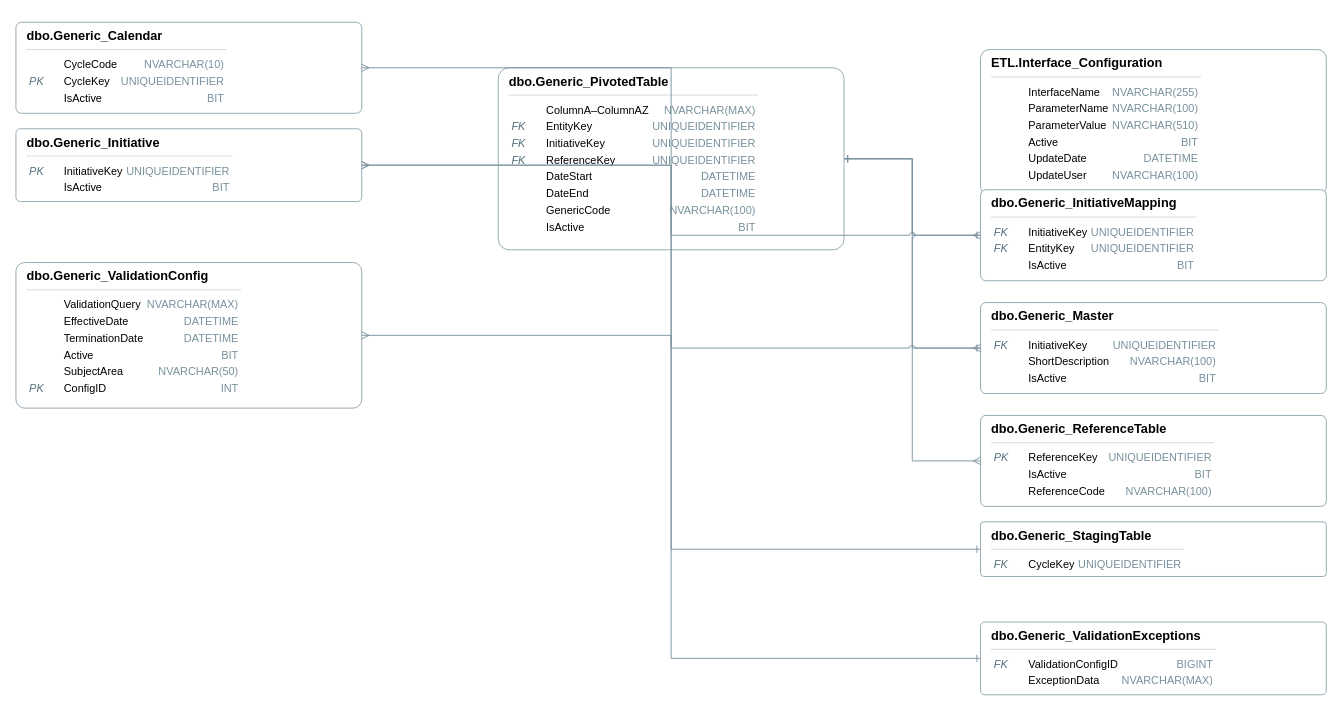
Before: erd/ERD.drawio in drvmuk/sdlc_genai_demo, a draw.io diagram. Source tidied: cells renumbered, new cells numbered last; positions are measured from the earlier drawing's top-left corner, leaving out a move shared by most shapes. Both pictures are drawn from the tidied source at 91%, with x=0, y=0 at pixel (15, 22).
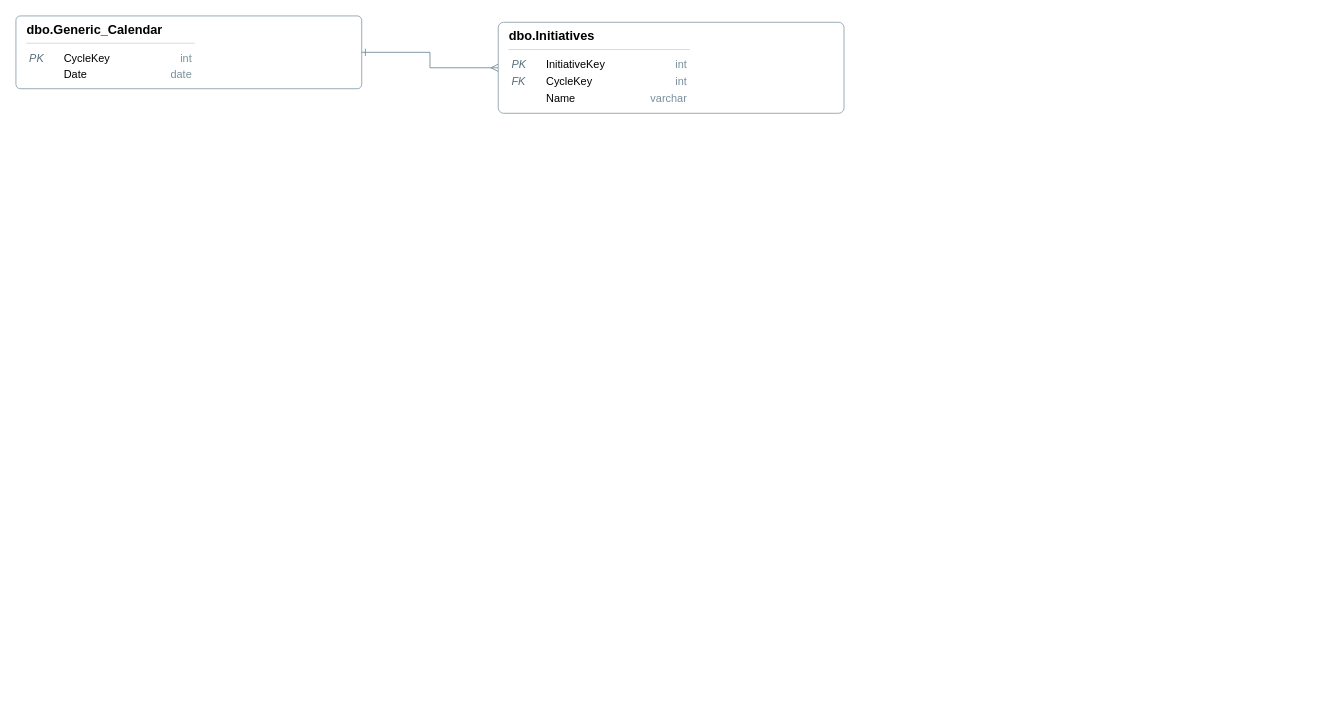
After the change.

Commit message (it also covers changes not shown here):
Upload ERD diagram (memory mode or volume mode)

Change to the diagram source:
```diff
@@
 <mxGraphModel>
   <root>
     <mxCell id="0" />
     <mxCell id="1" parent="0" />
-    <mxCell id="2" value="&lt;div style='text-align:left'&gt;&lt;div style='font-weight:600;font-size:14px'&gt;dbo.Generic_ValidationConfig&lt;/div&gt;&lt;div style='border-top:1px solid #cfd8dc;margin:6px 0'&gt;&lt;/div&gt;&lt;table style='width:100%;font-size:12px'&gt;&lt;tr&gt;&lt;td style='width:34px;font-style:italic;color:#546E7A'&gt;&lt;/td&gt;&lt;td&gt;ValidationQuery&lt;/td&gt;&lt;td style='width:86px;text-align:right;color:#78909C'&gt;NVARCHAR(MAX)&lt;/td&gt;&lt;/tr&gt;&lt;tr&gt;&lt;td style='width:34px;font-style:italic;color:#546E7A'&gt;&lt;/td&gt;&lt;td&gt;EffectiveDate&lt;/td&gt;&lt;td style='width:86px;text-align:right;color:#78909C'&gt;DATETIME&lt;/td&gt;&lt;/tr&gt;&lt;tr&gt;&lt;td style='width:34px;font-style:italic;color:#546E7A'&gt;&lt;/td&gt;&lt;td&gt;TerminationDate&lt;/td&gt;&lt;td style='width:86px;text-align:right;color:#78909C'&gt;DATETIME&lt;/td&gt;&lt;/tr&gt;&lt;tr&gt;&lt;td style='width:34px;font-style:italic;color:#546E7A'&gt;&lt;/td&gt;&lt;td&gt;Active&lt;/td&gt;&lt;td style='width:86px;text-align:right;color:#78909C'&gt;BIT&lt;/td&gt;&lt;/tr&gt;&lt;tr&gt;&lt;td style='width:34px;font-style:italic;color:#546E7A'&gt;&lt;/td&gt;&lt;td&gt;SubjectArea&lt;/td&gt;&lt;td style='width:86px;text-align:right;color:#78909C'&gt;NVARCHAR(50)&lt;/td&gt;&lt;/tr&gt;&lt;tr&gt;&lt;td style='width:34px;font-style:italic;color:#546E7A'&gt;PK&lt;/td&gt;&lt;td&gt;ConfigID&lt;/td&gt;&lt;td style='width:86px;text-align:right;color:#78909C'&gt;INT&lt;/td&gt;&lt;/tr&gt;&lt;/table&gt;&lt;/div&gt;" style="whiteSpace=wrap;rounded=1;fillColor=#FFFFFF;strokeColor=#90A4AE;dashed=0;shape=rectangle;arcSize=6;fontSize=13;align=left;verticalAlign=top;spacingLeft=10;portConstraint=eastwest;html=1;" parent="1" vertex="1">
-      <mxGeometry y="264" width="380" height="160" as="geometry" />
-    </mxCell>
-    <mxCell id="3" value="&lt;div style='text-align:left'&gt;&lt;div style='font-weight:600;font-size:14px'&gt;dbo.Generic_ValidationExceptions&lt;/div&gt;&lt;div style='border-top:1px solid #cfd8dc;margin:6px 0'&gt;&lt;/div&gt;&lt;table style='width:100%;font-size:12px'&gt;&lt;tr&gt;&lt;td style='width:34px;font-style:italic;color:#546E7A'&gt;FK&lt;/td&gt;&lt;td&gt;ValidationConfigID&lt;/td&gt;&lt;td style='width:86px;text-align:right;color:#78909C'&gt;BIGINT&lt;/td&gt;&lt;/tr&gt;&lt;tr&gt;&lt;td style='width:34px;font-style:italic;color:#546E7A'&gt;&lt;/td&gt;&lt;td&gt;ExceptionData&lt;/td&gt;&lt;td style='width:86px;text-align:right;color:#78909C'&gt;NVARCHAR(MAX)&lt;/td&gt;&lt;/tr&gt;&lt;/table&gt;&lt;/div&gt;" style="whiteSpace=wrap;rounded=1;fillColor=#FFFFFF;strokeColor=#90A4AE;dashed=0;shape=rectangle;arcSize=6;fontSize=13;align=left;verticalAlign=top;spacingLeft=10;portConstraint=eastwest;html=1;" parent="1" vertex="1">
-      <mxGeometry x="1060" y="659" width="380" height="80" as="geometry" />
-    </mxCell>
-    <mxCell id="4" value="&lt;div style='text-align:left'&gt;&lt;div style='font-weight:600;font-size:14px'&gt;ETL.Interface_Configuration&lt;/div&gt;&lt;div style='border-top:1px solid #cfd8dc;margin:6px 0'&gt;&lt;/div&gt;&lt;table style='width:100%;font-size:12px'&gt;&lt;tr&gt;&lt;td style='width:34px;font-style:italic;color:#546E7A'&gt;&lt;/td&gt;&lt;td&gt;InterfaceName&lt;/td&gt;&lt;td style='width:86px;text-align:right;color:#78909C'&gt;NVARCHAR(255)&lt;/td&gt;&lt;/tr&gt;&lt;tr&gt;&lt;td style='width:34px;font-style:italic;color:#546E7A'&gt;&lt;/td&gt;&lt;td&gt;ParameterName&lt;/td&gt;&lt;td style='width:86px;text-align:right;color:#78909C'&gt;NVARCHAR(100)&lt;/td&gt;&lt;/tr&gt;&lt;tr&gt;&lt;td style='width:34px;font-style:italic;color:#546E7A'&gt;&lt;/td&gt;&lt;td&gt;ParameterValue&lt;/td&gt;&lt;td style='width:86px;text-align:right;color:#78909C'&gt;NVARCHAR(510)&lt;/td&gt;&lt;/tr&gt;&lt;tr&gt;&lt;td style='width:34px;font-style:italic;color:#546E7A'&gt;&lt;/td&gt;&lt;td&gt;Active&lt;/td&gt;&lt;td style='width:86px;text-align:right;color:#78909C'&gt;BIT&lt;/td&gt;&lt;/tr&gt;&lt;tr&gt;&lt;td style='width:34px;font-style:italic;color:#546E7A'&gt;&lt;/td&gt;&lt;td&gt;UpdateDate&lt;/td&gt;&lt;td style='width:86px;text-align:right;color:#78909C'&gt;DATETIME&lt;/td&gt;&lt;/tr&gt;&lt;tr&gt;&lt;td style='width:34px;font-style:italic;color:#546E7A'&gt;&lt;/td&gt;&lt;td&gt;UpdateUser&lt;/td&gt;&lt;td style='width:86px;text-align:right;color:#78909C'&gt;NVARCHAR(100)&lt;/td&gt;&lt;/tr&gt;&lt;/table&gt;&lt;/div&gt;" style="whiteSpace=wrap;rounded=1;fillColor=#FFFFFF;strokeColor=#90A4AE;dashed=0;shape=rectangle;arcSize=6;fontSize=13;align=left;verticalAlign=top;spacingLeft=10;html=1;" parent="1" vertex="1">
-      <mxGeometry x="1060" y="30" width="380" height="160" as="geometry" />
-    </mxCell>
-    <mxCell id="5" value="&lt;div style='text-align:left'&gt;&lt;div style='font-weight:600;font-size:14px'&gt;dbo.Generic_StagingTable&lt;/div&gt;&lt;div style='border-top:1px solid #cfd8dc;margin:6px 0'&gt;&lt;/div&gt;&lt;table style='width:100%;font-size:12px'&gt;&lt;tr&gt;&lt;td style='width:34px;font-style:italic;color:#546E7A'&gt;FK&lt;/td&gt;&lt;td&gt;CycleKey&lt;/td&gt;&lt;td style='width:86px;text-align:right;color:#78909C'&gt;UNIQUEIDENTIFIER&lt;/td&gt;&lt;/tr&gt;&lt;/table&gt;&lt;/div&gt;" style="whiteSpace=wrap;rounded=1;fillColor=#FFFFFF;strokeColor=#90A4AE;dashed=0;shape=rectangle;arcSize=6;fontSize=13;align=left;verticalAlign=top;spacingLeft=10;portConstraint=eastwest;html=1;" parent="1" vertex="1">
-      <mxGeometry x="1060" y="549" width="380" height="60" as="geometry" />
-    </mxCell>
-    <mxCell id="6" value="&lt;div style='text-align:left'&gt;&lt;div style='font-weight:600;font-size:14px'&gt;dbo.Generic_Calendar&lt;/div&gt;&lt;div style='border-top:1px solid #cfd8dc;margin:6px 0'&gt;&lt;/div&gt;&lt;table style='width:100%;font-size:12px'&gt;&lt;tr&gt;&lt;td style='width:34px;font-style:italic;color:#546E7A'&gt;&lt;/td&gt;&lt;td&gt;CycleCode&lt;/td&gt;&lt;td style='width:86px;text-align:right;color:#78909C'&gt;NVARCHAR(10)&lt;/td&gt;&lt;/tr&gt;&lt;tr&gt;&lt;td style='width:34px;font-style:italic;color:#546E7A'&gt;PK&lt;/td&gt;&lt;td&gt;CycleKey&lt;/td&gt;&lt;td style='width:86px;text-align:right;color:#78909C'&gt;UNIQUEIDENTIFIER&lt;/td&gt;&lt;/tr&gt;&lt;tr&gt;&lt;td style='width:34px;font-style:italic;color:#546E7A'&gt;&lt;/td&gt;&lt;td&gt;IsActive&lt;/td&gt;&lt;td style='width:86px;text-align:right;color:#78909C'&gt;BIT&lt;/td&gt;&lt;/tr&gt;&lt;/table&gt;&lt;/div&gt;" style="whiteSpace=wrap;rounded=1;fillColor=#FFFFFF;strokeColor=#90A4AE;dashed=0;shape=rectangle;arcSize=6;fontSize=13;align=left;verticalAlign=top;spacingLeft=10;portConstraint=eastwest;html=1;" parent="1" vertex="1">
-      <mxGeometry width="380" height="100" as="geometry" />
-    </mxCell>
-    <mxCell id="7" value="&lt;div style='text-align:left'&gt;&lt;div style='font-weight:600;font-size:14px'&gt;dbo.Generic_PivotedTable&lt;/div&gt;&lt;div style='border-top:1px solid #cfd8dc;margin:6px 0'&gt;&lt;/div&gt;&lt;table style='width:100%;font-size:12px'&gt;&lt;tr&gt;&lt;td style='width:34px;font-style:italic;color:#546E7A'&gt;&lt;/td&gt;&lt;td&gt;ColumnA–ColumnAZ&lt;/td&gt;&lt;td style='width:86px;text-align:right;color:#78909C'&gt;NVARCHAR(MAX)&lt;/td&gt;&lt;/tr&gt;&lt;tr&gt;&lt;td style='width:34px;font-style:italic;color:#546E7A'&gt;FK&lt;/td&gt;&lt;td&gt;EntityKey&lt;/td&gt;&lt;td style='width:86px;text-align:right;color:#78909C'&gt;UNIQUEIDENTIFIER&lt;/td&gt;&lt;/tr&gt;&lt;tr&gt;&lt;td style='width:34px;font-style:italic;color:#546E7A'&gt;FK&lt;/td&gt;&lt;td&gt;InitiativeKey&lt;/td&gt;&lt;td style='width:86px;text-align:right;color:#78909C'&gt;UNIQUEIDENTIFIER&lt;/td&gt;&lt;/tr&gt;&lt;tr&gt;&lt;td style='width:34px;font-style:italic;color:#546E7A'&gt;FK&lt;/td&gt;&lt;td&gt;ReferenceKey&lt;/td&gt;&lt;td style='width:86px;text-align:right;color:#78909C'&gt;UNIQUEIDENTIFIER&lt;/td&gt;&lt;/tr&gt;&lt;tr&gt;&lt;td style='width:34px;font-style:italic;color:#546E7A'&gt;&lt;/td&gt;&lt;td&gt;DateStart&lt;/td&gt;&lt;td style='width:86px;text-align:right;color:#78909C'&gt;DATETIME&lt;/td&gt;&lt;/tr&gt;&lt;tr&gt;&lt;td style='width:34px;font-style:italic;color:#546E7A'&gt;&lt;/td&gt;&lt;td&gt;DateEnd&lt;/td&gt;&lt;td style='width:86px;text-align:right;color:#78909C'&gt;DATETIME&lt;/td&gt;&lt;/tr&gt;&lt;tr&gt;&lt;td style='width:34px;font-style:italic;color:#546E7A'&gt;&lt;/td&gt;&lt;td&gt;GenericCode&lt;/td&gt;&lt;td style='width:86px;text-align:right;color:#78909C'&gt;NVARCHAR(100)&lt;/td&gt;&lt;/tr&gt;&lt;tr&gt;&lt;td style='width:34px;font-style:italic;color:#546E7A'&gt;&lt;/td&gt;&lt;td&gt;IsActive&lt;/td&gt;&lt;td style='width:86px;text-align:right;color:#78909C'&gt;BIT&lt;/td&gt;&lt;/tr&gt;&lt;/table&gt;&lt;/div&gt;" style="whiteSpace=wrap;rounded=1;fillColor=#FFFFFF;strokeColor=#90A4AE;dashed=0;shape=rectangle;arcSize=6;fontSize=13;align=left;verticalAlign=top;spacingLeft=10;portConstraint=eastwest;html=1;" parent="1" vertex="1">
-      <mxGeometry x="530" y="50" width="380" height="200" as="geometry" />
-    </mxCell>
-    <mxCell id="8" value="&lt;div style='text-align:left'&gt;&lt;div style='font-weight:600;font-size:14px'&gt;dbo.Generic_ReferenceTable&lt;/div&gt;&lt;div style='border-top:1px solid #cfd8dc;margin:6px 0'&gt;&lt;/div&gt;&lt;table style='width:100%;font-size:12px'&gt;&lt;tr&gt;&lt;td style='width:34px;font-style:italic;color:#546E7A'&gt;PK&lt;/td&gt;&lt;td&gt;ReferenceKey&lt;/td&gt;&lt;td style='width:86px;text-align:right;color:#78909C'&gt;UNIQUEIDENTIFIER&lt;/td&gt;&lt;/tr&gt;&lt;tr&gt;&lt;td style='width:34px;font-style:italic;color:#546E7A'&gt;&lt;/td&gt;&lt;td&gt;IsActive&lt;/td&gt;&lt;td style='width:86px;text-align:right;color:#78909C'&gt;BIT&lt;/td&gt;&lt;/tr&gt;&lt;tr&gt;&lt;td style='width:34px;font-style:italic;color:#546E7A'&gt;&lt;/td&gt;&lt;td&gt;ReferenceCode&lt;/td&gt;&lt;td style='width:86px;text-align:right;color:#78909C'&gt;NVARCHAR(100)&lt;/td&gt;&lt;/tr&gt;&lt;/table&gt;&lt;/div&gt;" style="whiteSpace=wrap;rounded=1;fillColor=#FFFFFF;strokeColor=#90A4AE;dashed=0;shape=rectangle;arcSize=6;fontSize=13;align=left;verticalAlign=top;spacingLeft=10;portConstraint=eastwest;html=1;" parent="1" vertex="1">
-      <mxGeometry x="1060" y="432" width="380" height="100" as="geometry" />
-    </mxCell>
-    <mxCell id="9" value="&lt;div style='text-align:left'&gt;&lt;div style='font-weight:600;font-size:14px'&gt;dbo.Generic_Initiative&lt;/div&gt;&lt;div style='border-top:1px solid #cfd8dc;margin:6px 0'&gt;&lt;/div&gt;&lt;table style='width:100%;font-size:12px'&gt;&lt;tr&gt;&lt;td style='width:34px;font-style:italic;color:#546E7A'&gt;PK&lt;/td&gt;&lt;td&gt;InitiativeKey&lt;/td&gt;&lt;td style='width:86px;text-align:right;color:#78909C'&gt;UNIQUEIDENTIFIER&lt;/td&gt;&lt;/tr&gt;&lt;tr&gt;&lt;td style='width:34px;font-style:italic;color:#546E7A'&gt;&lt;/td&gt;&lt;td&gt;IsActive&lt;/td&gt;&lt;td style='width:86px;text-align:right;color:#78909C'&gt;BIT&lt;/td&gt;&lt;/tr&gt;&lt;/table&gt;&lt;/div&gt;" style="whiteSpace=wrap;rounded=1;fillColor=#FFFFFF;strokeColor=#90A4AE;dashed=0;shape=rectangle;arcSize=6;fontSize=13;align=left;verticalAlign=top;spacingLeft=10;portConstraint=eastwest;html=1;" parent="1" vertex="1">
-      <mxGeometry y="117" width="380" height="80" as="geometry" />
-    </mxCell>
-    <mxCell id="10" value="&lt;div style='text-align:left'&gt;&lt;div style='font-weight:600;font-size:14px'&gt;dbo.Generic_InitiativeMapping&lt;/div&gt;&lt;div style='border-top:1px solid #cfd8dc;margin:6px 0'&gt;&lt;/div&gt;&lt;table style='width:100%;font-size:12px'&gt;&lt;tr&gt;&lt;td style='width:34px;font-style:italic;color:#546E7A'&gt;FK&lt;/td&gt;&lt;td&gt;InitiativeKey&lt;/td&gt;&lt;td style='width:86px;text-align:right;color:#78909C'&gt;UNIQUEIDENTIFIER&lt;/td&gt;&lt;/tr&gt;&lt;tr&gt;&lt;td style='width:34px;font-style:italic;color:#546E7A'&gt;FK&lt;/td&gt;&lt;td&gt;EntityKey&lt;/td&gt;&lt;td style='width:86px;text-align:right;color:#78909C'&gt;UNIQUEIDENTIFIER&lt;/td&gt;&lt;/tr&gt;&lt;tr&gt;&lt;td style='width:34px;font-style:italic;color:#546E7A'&gt;&lt;/td&gt;&lt;td&gt;IsActive&lt;/td&gt;&lt;td style='width:86px;text-align:right;color:#78909C'&gt;BIT&lt;/td&gt;&lt;/tr&gt;&lt;/table&gt;&lt;/div&gt;" style="whiteSpace=wrap;rounded=1;fillColor=#FFFFFF;strokeColor=#90A4AE;dashed=0;shape=rectangle;arcSize=6;fontSize=13;align=left;verticalAlign=top;spacingLeft=10;portConstraint=eastwest;html=1;" parent="1" vertex="1">
-      <mxGeometry x="1060" y="184" width="380" height="100" as="geometry" />
-    </mxCell>
-    <mxCell id="11" value="&lt;div style='text-align:left'&gt;&lt;div style='font-weight:600;font-size:14px'&gt;dbo.Generic_Master&lt;/div&gt;&lt;div style='border-top:1px solid #cfd8dc;margin:6px 0'&gt;&lt;/div&gt;&lt;table style='width:100%;font-size:12px'&gt;&lt;tr&gt;&lt;td style='width:34px;font-style:italic;color:#546E7A'&gt;FK&lt;/td&gt;&lt;td&gt;InitiativeKey&lt;/td&gt;&lt;td style='width:86px;text-align:right;color:#78909C'&gt;UNIQUEIDENTIFIER&lt;/td&gt;&lt;/tr&gt;&lt;tr&gt;&lt;td style='width:34px;font-style:italic;color:#546E7A'&gt;&lt;/td&gt;&lt;td&gt;ShortDescription&lt;/td&gt;&lt;td style='width:86px;text-align:right;color:#78909C'&gt;NVARCHAR(100)&lt;/td&gt;&lt;/tr&gt;&lt;tr&gt;&lt;td style='width:34px;font-style:italic;color:#546E7A'&gt;&lt;/td&gt;&lt;td&gt;IsActive&lt;/td&gt;&lt;td style='width:86px;text-align:right;color:#78909C'&gt;BIT&lt;/td&gt;&lt;/tr&gt;&lt;/table&gt;&lt;/div&gt;" style="whiteSpace=wrap;rounded=1;fillColor=#FFFFFF;strokeColor=#90A4AE;dashed=0;shape=rectangle;arcSize=6;fontSize=13;align=left;verticalAlign=top;spacingLeft=10;portConstraint=eastwest;html=1;" parent="1" vertex="1">
-      <mxGeometry x="1060" y="308" width="380" height="100" as="geometry" />
-    </mxCell>
-    <mxCell id="12" style="edgeStyle=orthogonalEdgeStyle;rounded=0;jettySize=auto;startArrow=ERone;endArrow=ERmany;strokeColor=#78909C;jumpStyle=arc;jumpSize=6;" parent="1" edge="1" source="5" target="6">
-      <mxGeometry relative="1" as="geometry" />
-    </mxCell>
-    <mxCell id="13" style="edgeStyle=orthogonalEdgeStyle;rounded=0;jettySize=auto;startArrow=ERone;endArrow=ERmany;strokeColor=#78909C;jumpStyle=arc;jumpSize=6;" parent="1" edge="1" source="7" target="8">
-      <mxGeometry relative="1" as="geometry" />
-    </mxCell>
-    <mxCell id="14" style="edgeStyle=orthogonalEdgeStyle;rounded=0;jettySize=auto;startArrow=ERone;endArrow=ERmany;strokeColor=#78909C;jumpStyle=arc;jumpSize=6;" parent="1" edge="1" source="10" target="9">
-      <mxGeometry relative="1" as="geometry" />
-    </mxCell>
-    <mxCell id="15" style="edgeStyle=orthogonalEdgeStyle;rounded=0;jettySize=auto;startArrow=ERone;endArrow=ERmany;strokeColor=#78909C;jumpStyle=arc;jumpSize=6;" parent="1" edge="1" source="7" target="10">
-      <mxGeometry relative="1" as="geometry" />
-    </mxCell>
-    <mxCell id="16" style="edgeStyle=orthogonalEdgeStyle;rounded=0;jettySize=auto;startArrow=ERone;endArrow=ERmany;strokeColor=#78909C;jumpStyle=arc;jumpSize=6;" parent="1" edge="1" source="11" target="9">
-      <mxGeometry relative="1" as="geometry" />
-    </mxCell>
-    <mxCell id="17" style="edgeStyle=orthogonalEdgeStyle;rounded=0;jettySize=auto;startArrow=ERone;endArrow=ERmany;strokeColor=#78909C;jumpStyle=arc;jumpSize=6;" parent="1" edge="1" source="7" target="11">
-      <mxGeometry relative="1" as="geometry" />
-    </mxCell>
-    <mxCell id="18" style="edgeStyle=orthogonalEdgeStyle;rounded=0;jettySize=auto;startArrow=ERone;endArrow=ERmany;strokeColor=#78909C;jumpStyle=arc;jumpSize=6;" parent="1" edge="1" source="3" target="2">
-      <mxGeometry relative="1" as="geometry" />
-    </mxCell>
+    <mxCell id="19" value="&lt;div style='text-align:left'&gt;&lt;div style='font-weight:600;font-size:14px'&gt;dbo.Generic_Calendar&lt;/div&gt;&lt;div style='border-top:1px solid #cfd8dc;margin:6px 0'&gt;&lt;/div&gt;&lt;table style='width:100%;font-size:12px'&gt;&lt;tr&gt;&lt;td style='width:34px;font-style:italic;color:#546E7A'&gt;PK&lt;/td&gt;&lt;td&gt;CycleKey&lt;/td&gt;&lt;td style='width:86px;text-align:right;color:#78909C'&gt;int&lt;/td&gt;&lt;/tr&gt;&lt;tr&gt;&lt;td style='width:34px;font-style:italic;color:#546E7A'&gt;&lt;/td&gt;&lt;td&gt;Date&lt;/td&gt;&lt;td style='width:86px;text-align:right;color:#78909C'&gt;date&lt;/td&gt;&lt;/tr&gt;&lt;/table&gt;&lt;/div&gt;" style="whiteSpace=wrap;rounded=1;fillColor=#FFFFFF;strokeColor=#90A4AE;dashed=0;shape=rectangle;arcSize=6;fontSize=13;align=left;verticalAlign=top;spacingLeft=10;portConstraint=eastwest;html=1;" parent="1" vertex="1">
+      <mxGeometry y="-7" width="380" height="80" as="geometry" />
+    </mxCell>
+    <mxCell id="20" value="&lt;div style='text-align:left'&gt;&lt;div style='font-weight:600;font-size:14px'&gt;dbo.Initiatives&lt;/div&gt;&lt;div style='border-top:1px solid #cfd8dc;margin:6px 0'&gt;&lt;/div&gt;&lt;table style='width:100%;font-size:12px'&gt;&lt;tr&gt;&lt;td style='width:34px;font-style:italic;color:#546E7A'&gt;PK&lt;/td&gt;&lt;td&gt;InitiativeKey&lt;/td&gt;&lt;td style='width:86px;text-align:right;color:#78909C'&gt;int&lt;/td&gt;&lt;/tr&gt;&lt;tr&gt;&lt;td style='width:34px;font-style:italic;color:#546E7A'&gt;FK&lt;/td&gt;&lt;td&gt;CycleKey&lt;/td&gt;&lt;td style='width:86px;text-align:right;color:#78909C'&gt;int&lt;/td&gt;&lt;/tr&gt;&lt;tr&gt;&lt;td style='width:34px;font-style:italic;color:#546E7A'&gt;&lt;/td&gt;&lt;td&gt;Name&lt;/td&gt;&lt;td style='width:86px;text-align:right;color:#78909C'&gt;varchar&lt;/td&gt;&lt;/tr&gt;&lt;/table&gt;&lt;/div&gt;" style="whiteSpace=wrap;rounded=1;fillColor=#FFFFFF;strokeColor=#90A4AE;dashed=0;shape=rectangle;arcSize=6;fontSize=13;align=left;verticalAlign=top;spacingLeft=10;portConstraint=eastwest;html=1;" parent="1" vertex="1">
+      <mxGeometry x="530" width="380" height="100" as="geometry" />
+    </mxCell>
+    <mxCell id="21" style="edgeStyle=orthogonalEdgeStyle;rounded=0;jettySize=auto;startArrow=ERone;endArrow=ERmany;strokeColor=#78909C;jumpStyle=arc;jumpSize=6;" parent="1" edge="1" source="19" target="20">
+      <mxGeometry relative="1" as="geometry" />
+    </mxCell>
   </root>
 </mxGraphModel>
```
